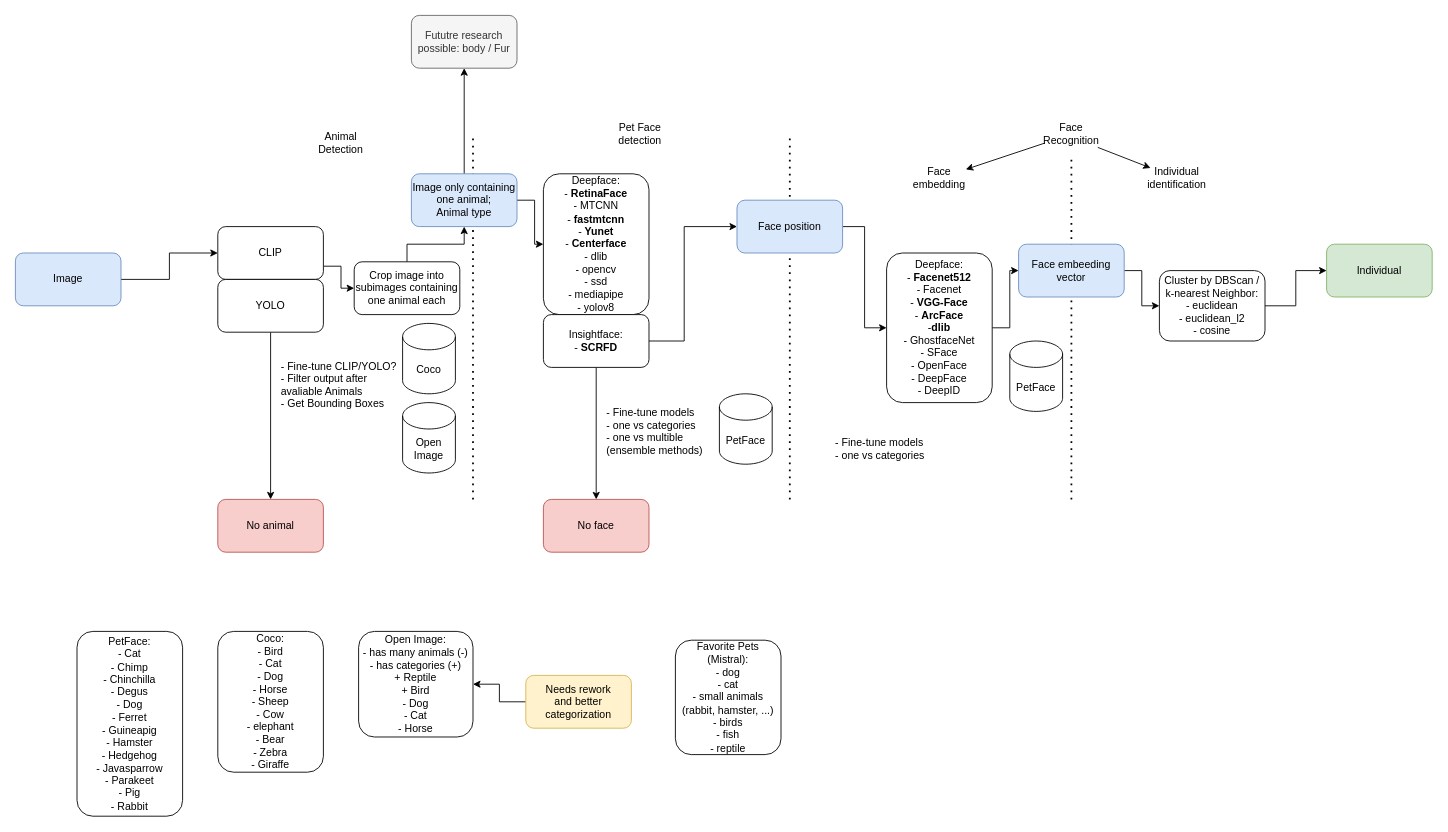
This is Overview.drawio from Jan108/AFaRec, a draw.io file, before an edit. Source tidied: cells renumbered, new cells numbered last; positions are measured from the earlier drawing's top-left corner, leaving out a move shared by most shapes. Both pictures are drawn from the tidied source at 88%, with x=0, y=0 at pixel (15, 15).
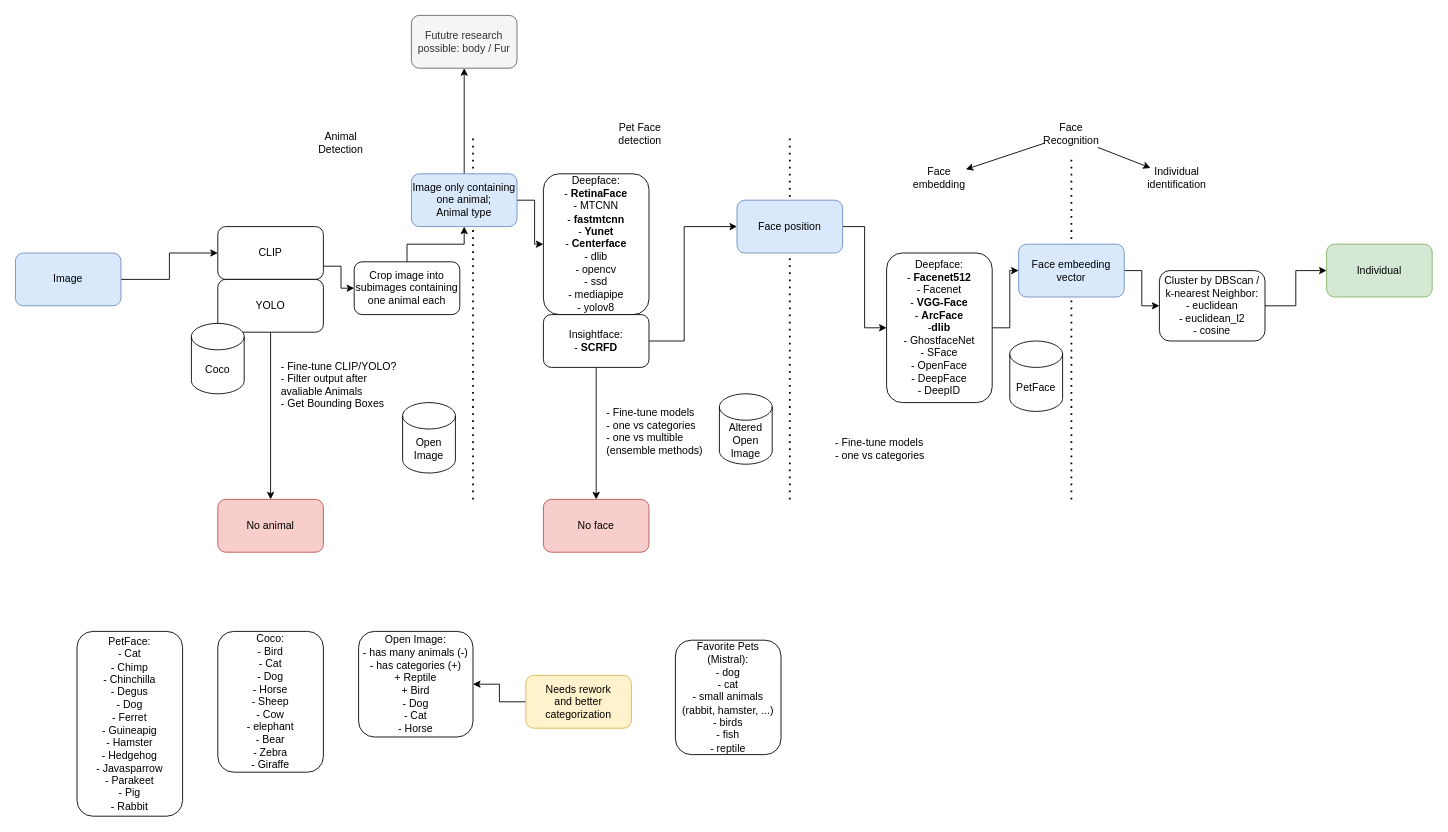
Above is the later version.

Diff of the diagram source:
```diff
@@
-    <mxCell id="13" value="PetFace" style="shape=cylinder3;whiteSpace=wrap;html=1;boundedLbl=1;backgroundOutline=1;size=15;" parent="1" vertex="1">
+    <mxCell id="13" value="Altered&lt;br&gt;Open&lt;br&gt;Image" style="shape=cylinder3;whiteSpace=wrap;html=1;boundedLbl=1;backgroundOutline=1;size=15;" parent="1" vertex="1">
       <mxGeometry x="800" y="430" width="60" height="80" as="geometry" />
     </mxCell>
     <mxCell id="14" value="Coco" style="shape=cylinder3;whiteSpace=wrap;html=1;boundedLbl=1;backgroundOutline=1;size=15;" parent="1" vertex="1">
-      <mxGeometry x="440" y="350" width="60" height="80" as="geometry" />
+      <mxGeometry x="200" y="350" width="60" height="80" as="geometry" />
     </mxCell>
```
